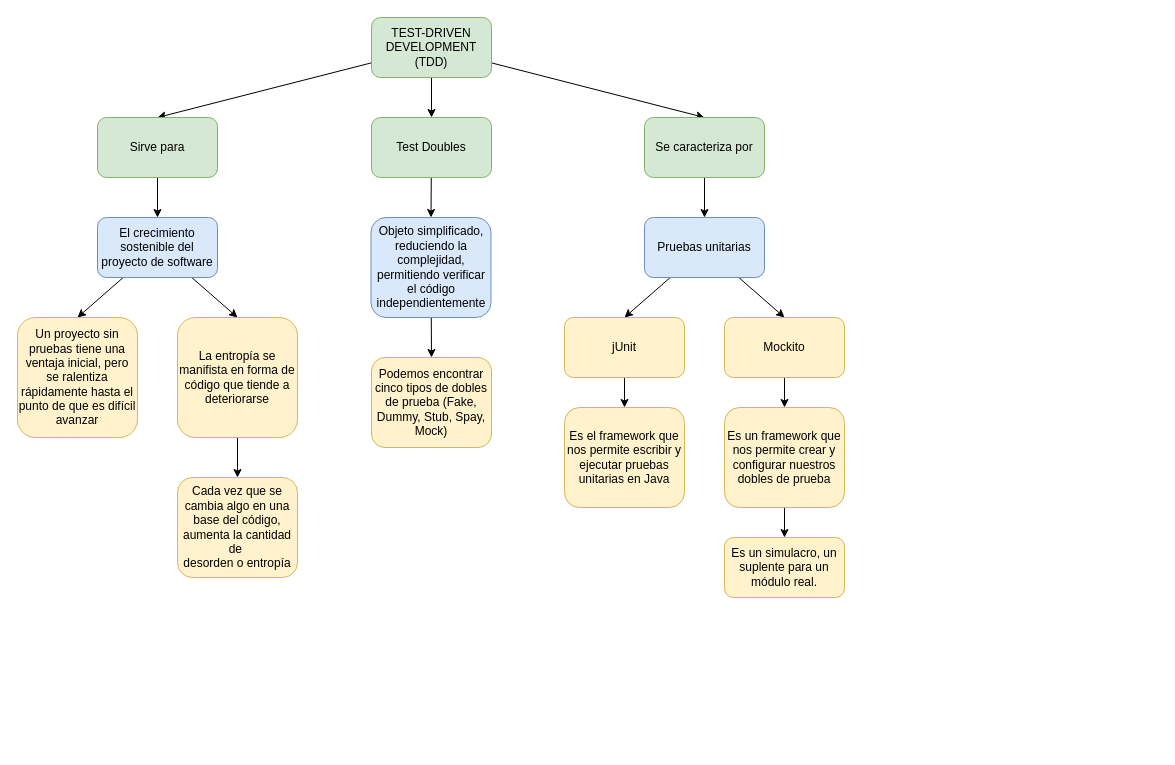
Before: 05-TEST-DRIVEN DEVELOPMENT (TDD)/TDD- Mapa Conceptual.drawio in HenrySofka/Curso_BuenasPracticas_SURA, a draw.io diagram. Source tidied: cells renumbered, new cells numbered last; positions are measured from the earlier drawing's top-left corner, leaving out a move shared by most shapes. Both pictures are drawn from the tidied source at 100%, with x=0, y=0 at pixel (17, 17).
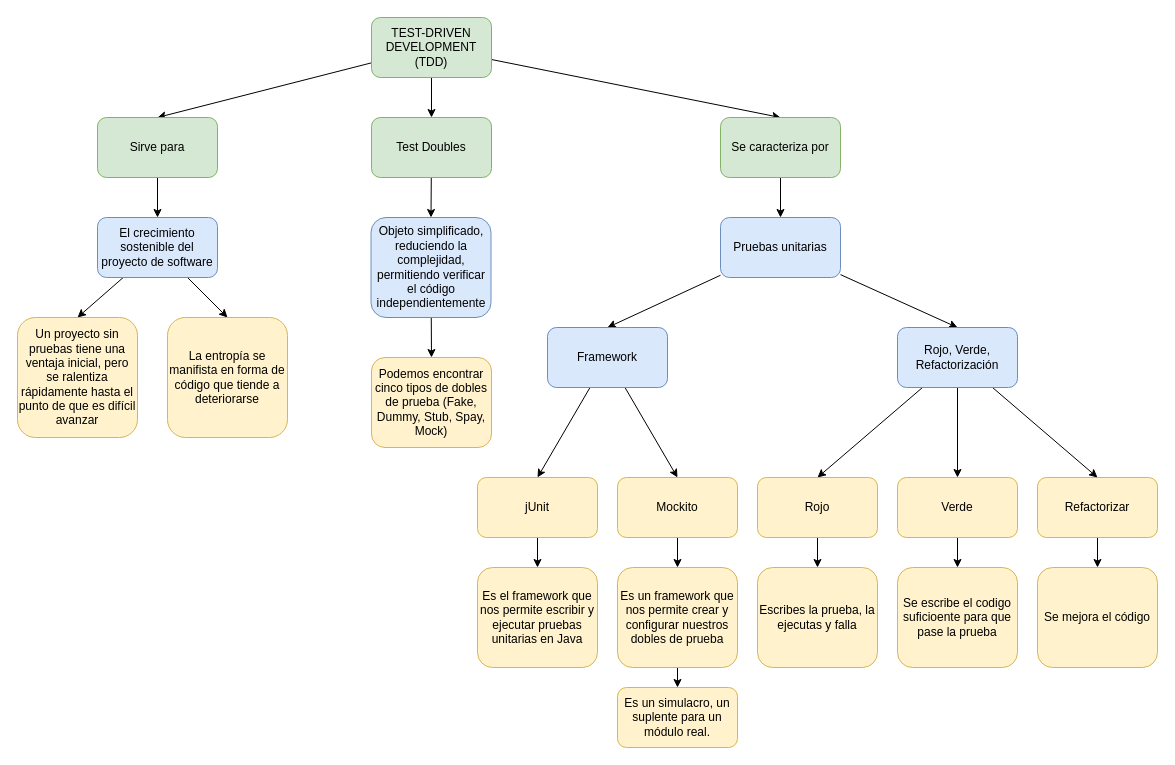
Above is the later version.

Unchanged cells that the change refers to:
```xml
<mxCell id="12" value="El crecimiento sostenible del proyecto de software" style="rounded=1;whiteSpace=wrap;html=1;fillColor=#dae8fc;strokeColor=#6c8ebf;" parent="1" vertex="1">
  <mxGeometry x="80" y="200" width="120" height="60" as="geometry" />
</mxCell>
```

What changed in the source:
```diff
@@
     <mxCell id="9" value="Se caracteriza por" style="rounded=1;whiteSpace=wrap;html=1;fillColor=#d5e8d4;strokeColor=#82b366;" parent="1" vertex="1">
-      <mxGeometry x="627" y="100" width="120" height="60" as="geometry" />
+      <mxGeometry x="703" y="100" width="120" height="60" as="geometry" />
     </mxCell>
@@
-    <mxCell id="11" style="edgeStyle=none;rounded=0;jettySize=auto;html=1;entryX=0.5;entryY=0;entryDx=0;entryDy=0;" parent="1" edge="1" source="12" target="15">
-      <mxGeometry relative="1" as="geometry" />
-    </mxCell>
+    <mxCell id="33" style="edgeStyle=none;rounded=0;jettySize=auto;html=1;entryX=0.5;entryY=0;entryDx=0;entryDy=0;" parent="1" edge="1" source="12" target="16">
+      <mxGeometry relative="1" as="geometry" />
+    </mxCell>
@@
-    <mxCell id="14" style="edgeStyle=none;rounded=0;jettySize=auto;html=1;entryX=0.5;entryY=0;entryDx=0;entryDy=0;" parent="1" edge="1" source="15" target="16">
-      <mxGeometry relative="1" as="geometry" />
-    </mxCell>
+    <mxCell id="34" style="edgeStyle=none;rounded=0;jettySize=auto;html=1;entryX=0.5;entryY=0;entryDx=0;entryDy=0;" parent="1" edge="1" source="15" target="50">
+      <mxGeometry relative="1" as="geometry" />
+    </mxCell>
-    <mxCell id="15" value="La entropía se manifista en forma de código que tiende a deteriorarse" style="rounded=1;whiteSpace=wrap;html=1;fillColor=#fff2cc;strokeColor=#d6b656;" parent="1" vertex="1">
-      <mxGeometry x="160" y="300" width="120" height="120" as="geometry" />
+    <mxCell id="15" value="Refactorizar" style="rounded=1;whiteSpace=wrap;html=1;fillColor=#fff2cc;strokeColor=#d6b656;" parent="1" vertex="1">
+      <mxGeometry x="1020" y="460" width="120" height="60" as="geometry" />
     </mxCell>
-    <mxCell id="16" value="&lt;div&gt;Cada vez que se cambia algo en una base del código, aumenta la cantidad de&amp;nbsp;&lt;/div&gt;&lt;div&gt;desorden o entropía&lt;/div&gt;" style="rounded=1;whiteSpace=wrap;html=1;fillColor=#fff2cc;strokeColor=#d6b656;" parent="1" vertex="1">
-      <mxGeometry x="160" y="460" width="120" height="100" as="geometry" />
+    <mxCell id="16" value="&lt;span style=&quot;&quot;&gt;La entropía se manifista en forma de código que tiende a deteriorarse&lt;/span&gt;" style="rounded=1;whiteSpace=wrap;html=1;fillColor=#fff2cc;strokeColor=#d6b656;" parent="1" vertex="1">
+      <mxGeometry x="150" y="300" width="120" height="120" as="geometry" />
     </mxCell>
-    <mxCell id="17" style="edgeStyle=none;rounded=0;jettySize=auto;html=1;entryX=0.5;entryY=0;entryDx=0;entryDy=0;" parent="1" edge="1" source="19" target="21">
-      <mxGeometry relative="1" as="geometry" />
-    </mxCell>
-    <mxCell id="18" style="edgeStyle=none;rounded=0;jettySize=auto;html=1;entryX=0.5;entryY=0;entryDx=0;entryDy=0;" parent="1" edge="1" source="19" target="23">
-      <mxGeometry relative="1" as="geometry" />
-    </mxCell>
+    <mxCell id="35" style="rounded=0;jettySize=auto;html=1;entryX=0.5;entryY=0;entryDx=0;entryDy=0;" parent="1" edge="1" source="19" target="39">
+      <mxGeometry relative="1" as="geometry" />
+    </mxCell>
+    <mxCell id="36" style="edgeStyle=none;rounded=0;jettySize=auto;html=1;entryX=0.5;entryY=0;entryDx=0;entryDy=0;" parent="1" edge="1" source="19" target="43">
+      <mxGeometry relative="1" as="geometry" />
+    </mxCell>
     <mxCell id="19" value="Pruebas unitarias" style="rounded=1;whiteSpace=wrap;html=1;fillColor=#dae8fc;strokeColor=#6c8ebf;" parent="1" vertex="1">
-      <mxGeometry x="627" y="200" width="120" height="60" as="geometry" />
+      <mxGeometry x="703" y="200" width="120" height="60" as="geometry" />
     </mxCell>
-    <mxCell id="20" style="edgeStyle=none;rounded=0;jettySize=auto;html=1;entryX=0.5;entryY=0;entryDx=0;entryDy=0;" parent="1" edge="1" source="21" target="24">
+    <mxCell id="20" style="edgeStyle=none;rounded=0;jettySize=auto;html=1;entryX=0.5;entryY=0;entryDx=0;entryDy=0;exitX=0.5;exitY=1;exitDx=0;exitDy=0;" parent="1" edge="1" source="21" target="24">
       <mxGeometry relative="1" as="geometry" />
     </mxCell>
     <mxCell id="21" value="jUnit" style="rounded=1;whiteSpace=wrap;html=1;fillColor=#fff2cc;strokeColor=#d6b656;" parent="1" vertex="1">
-      <mxGeometry x="547" y="300" width="120" height="60" as="geometry" />
+      <mxGeometry x="460" y="460" width="120" height="60" as="geometry" />
     </mxCell>
@@
     <mxCell id="23" value="Mockito" style="rounded=1;whiteSpace=wrap;html=1;fillColor=#fff2cc;strokeColor=#d6b656;" parent="1" vertex="1">
-      <mxGeometry x="707" y="300" width="120" height="60" as="geometry" />
+      <mxGeometry x="600" y="460" width="120" height="60" as="geometry" />
     </mxCell>
     <mxCell id="24" value="Es el framework que nos permite escribir y ejecutar pruebas unitarias en Java" style="rounded=1;whiteSpace=wrap;html=1;fillColor=#fff2cc;strokeColor=#d6b656;" parent="1" vertex="1">
-      <mxGeometry x="547" y="390" width="120" height="100" as="geometry" />
+      <mxGeometry x="460" y="550" width="120" height="100" as="geometry" />
     </mxCell>
@@
     <mxCell id="26" value="Es un framework que nos permite crear y configurar nuestros dobles de prueba" style="rounded=1;whiteSpace=wrap;html=1;fillColor=#fff2cc;strokeColor=#d6b656;" parent="1" vertex="1">
-      <mxGeometry x="707" y="390" width="120" height="100" as="geometry" />
+      <mxGeometry x="600" y="550" width="120" height="100" as="geometry" />
     </mxCell>
     <mxCell id="27" value="Es un simulacro, un suplente para un módulo real." style="rounded=1;whiteSpace=wrap;html=1;fillColor=#fff2cc;strokeColor=#d6b656;" parent="1" vertex="1">
-      <mxGeometry x="707" y="520" width="120" height="60" as="geometry" />
+      <mxGeometry x="600" y="670" width="120" height="60" as="geometry" />
     </mxCell>
@@
+    <mxCell id="37" style="edgeStyle=none;rounded=0;jettySize=auto;html=1;entryX=0.5;entryY=0;entryDx=0;entryDy=0;" parent="1" edge="1" source="39" target="21">
+      <mxGeometry relative="1" as="geometry" />
+    </mxCell>
+    <mxCell id="38" style="edgeStyle=none;rounded=0;jettySize=auto;html=1;entryX=0.5;entryY=0;entryDx=0;entryDy=0;" parent="1" edge="1" source="39" target="23">
+      <mxGeometry relative="1" as="geometry" />
+    </mxCell>
+    <mxCell id="39" value="Framework" style="rounded=1;whiteSpace=wrap;html=1;fillColor=#dae8fc;strokeColor=#6c8ebf;" parent="1" vertex="1">
+      <mxGeometry x="530" y="310" width="120" height="60" as="geometry" />
+    </mxCell>
+    <mxCell id="40" style="edgeStyle=none;rounded=0;jettySize=auto;html=1;entryX=0.5;entryY=0;entryDx=0;entryDy=0;" parent="1" edge="1" source="43" target="45">
+      <mxGeometry relative="1" as="geometry" />
+    </mxCell>
+    <mxCell id="41" style="edgeStyle=none;rounded=0;jettySize=auto;html=1;entryX=0.5;entryY=0;entryDx=0;entryDy=0;" parent="1" edge="1" source="43" target="47">
+      <mxGeometry relative="1" as="geometry" />
+    </mxCell>
+    <mxCell id="42" style="edgeStyle=none;rounded=0;jettySize=auto;html=1;entryX=0.5;entryY=0;entryDx=0;entryDy=0;" parent="1" edge="1" source="43" target="15">
+      <mxGeometry relative="1" as="geometry" />
+    </mxCell>
+    <mxCell id="43" value="Rojo, Verde, Refactorización" style="rounded=1;whiteSpace=wrap;html=1;fillColor=#dae8fc;strokeColor=#6c8ebf;" parent="1" vertex="1">
+      <mxGeometry x="880" y="310" width="120" height="60" as="geometry" />
+    </mxCell>
+    <mxCell id="44" style="edgeStyle=none;rounded=0;jettySize=auto;html=1;entryX=0.5;entryY=0;entryDx=0;entryDy=0;" parent="1" edge="1" source="45" target="48">
+      <mxGeometry relative="1" as="geometry" />
+    </mxCell>
+    <mxCell id="45" value="Rojo" style="rounded=1;whiteSpace=wrap;html=1;fillColor=#fff2cc;strokeColor=#d6b656;" parent="1" vertex="1">
+      <mxGeometry x="740" y="460" width="120" height="60" as="geometry" />
+    </mxCell>
+    <mxCell id="46" style="edgeStyle=none;rounded=0;jettySize=auto;html=1;entryX=0.5;entryY=0;entryDx=0;entryDy=0;" parent="1" edge="1" source="47" target="49">
+      <mxGeometry relative="1" as="geometry" />
+    </mxCell>
+    <mxCell id="47" value="Verde" style="rounded=1;whiteSpace=wrap;html=1;fillColor=#fff2cc;strokeColor=#d6b656;" parent="1" vertex="1">
+      <mxGeometry x="880" y="460" width="120" height="60" as="geometry" />
+    </mxCell>
+    <mxCell id="48" value="Escribes la prueba, la ejecutas y falla" style="rounded=1;whiteSpace=wrap;html=1;fillColor=#fff2cc;strokeColor=#d6b656;" parent="1" vertex="1">
+      <mxGeometry x="740" y="550" width="120" height="100" as="geometry" />
+    </mxCell>
+    <mxCell id="49" value="Se escribe el codigo suficioente para que pase la prueba" style="rounded=1;whiteSpace=wrap;html=1;fillColor=#fff2cc;strokeColor=#d6b656;" parent="1" vertex="1">
+      <mxGeometry x="880" y="550" width="120" height="100" as="geometry" />
+    </mxCell>
+    <mxCell id="50" value="Se mejora el código" style="rounded=1;whiteSpace=wrap;html=1;fillColor=#fff2cc;strokeColor=#d6b656;" parent="1" vertex="1">
+      <mxGeometry x="1020" y="550" width="120" height="100" as="geometry" />
+    </mxCell>
```
